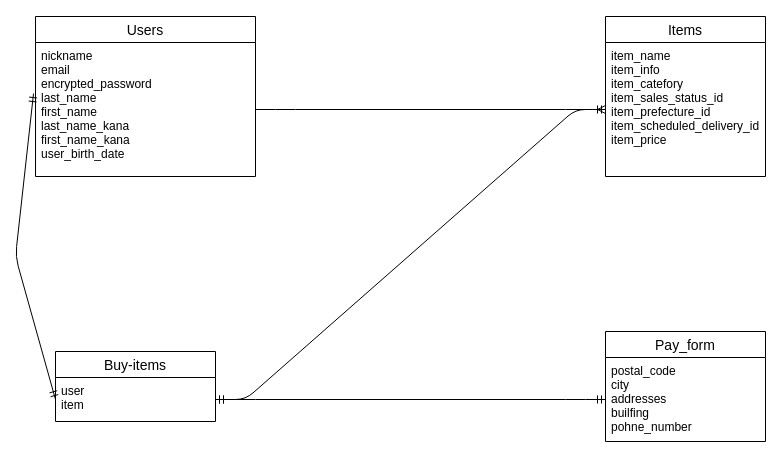
Koba0822/furima-37893 keeps this draw.io diagram as test.dio. Above is the earlier version. Source tidied: cells renumbered, new cells numbered last; positions are measured from the earlier drawing's top-left corner, leaving out a move shared by most shapes. Both pictures are drawn from the tidied source at 100%, with x=0, y=0 at pixel (15, 16).
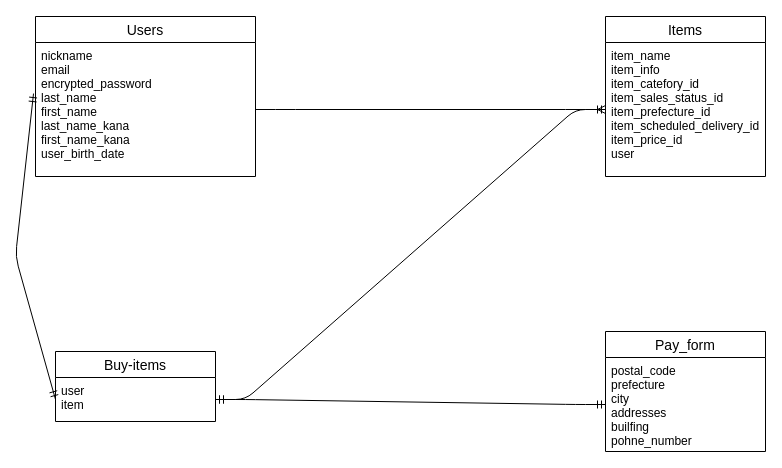
Above is the later version.

Change to the diagram source:
```diff
@@
 <mxGraphModel>
   <root>
     <mxCell id="0" />
     <mxCell id="1" parent="0" />
     <mxCell id="2" value="Items" style="swimlane;fontStyle=0;horizontal=1;startSize=26;align=center;fontSize=14;" parent="1" vertex="1">
       <mxGeometry x="590" width="160" height="160" as="geometry" />
     </mxCell>
     <mxCell id="3" value="Users" style="swimlane;fontStyle=0;horizontal=1;startSize=26;align=center;fontSize=14;" parent="1" vertex="1">
       <mxGeometry x="20" width="220" height="160" as="geometry" />
     </mxCell>
     <mxCell id="4" value="nickname&#10;email&#10;encrypted_password&#10;last_name&#10;first_name&#10;last_name_kana&#10;first_name_kana&#10;user_birth_date" style="text;strokeColor=none;fillColor=none;spacingLeft=4;spacingRight=4;overflow=hidden;points=[[0,0.5],[1,0.5]];portConstraint=eastwest;fontSize=12;" parent="3" vertex="1">
       <mxGeometry y="26" width="220" height="134" as="geometry" />
     </mxCell>
     <mxCell id="5" value="Buy-items" style="swimlane;fontStyle=0;horizontal=1;startSize=26;align=center;fontSize=14;" parent="1" vertex="1">
       <mxGeometry x="40" y="335" width="160" height="70" as="geometry" />
     </mxCell>
     <mxCell id="6" value="user&#10;item" style="text;strokeColor=none;fillColor=none;spacingLeft=4;spacingRight=4;overflow=hidden;points=[[0,0.5],[1,0.5]];portConstraint=eastwest;fontSize=12;" parent="5" vertex="1">
       <mxGeometry y="26" width="160" height="44" as="geometry" />
     </mxCell>
     <mxCell id="7" style="edgeStyle=entityRelationEdgeStyle;fontSize=12;html=1;endArrow=ERmany;exitX=1;exitY=0.5;exitDx=0;exitDy=0;entryX=0;entryY=0.5;entryDx=0;entryDy=0;" parent="1" edge="1" source="4" target="13">
       <mxGeometry relative="1" as="geometry" />
     </mxCell>
     <mxCell id="8" value="Pay_form" style="swimlane;fontStyle=0;horizontal=1;startSize=26;align=center;fontSize=14;" parent="1" vertex="1">
-      <mxGeometry x="590" y="315" width="160" height="110" as="geometry" />
+      <mxGeometry x="590" y="315" width="160" height="120" as="geometry" />
     </mxCell>
-    <mxCell id="9" value="postal_code&#10;city&#10;addresses&#10;builfing&#10;pohne_number" style="text;strokeColor=none;fillColor=none;spacingLeft=4;spacingRight=4;overflow=hidden;points=[[0,0.5],[1,0.5]];portConstraint=eastwest;fontSize=12;" parent="8" vertex="1">
-      <mxGeometry y="26" width="160" height="84" as="geometry" />
+    <mxCell id="9" value="postal_code&#10;prefecture&#10;city&#10;addresses&#10;builfing&#10;pohne_number" style="text;strokeColor=none;fillColor=none;spacingLeft=4;spacingRight=4;overflow=hidden;points=[[0,0.5],[1,0.5]];portConstraint=eastwest;fontSize=12;" parent="8" vertex="1">
+      <mxGeometry y="26" width="160" height="94" as="geometry" />
     </mxCell>
     <mxCell id="10" style="edgeStyle=entityRelationEdgeStyle;fontSize=12;html=1;endArrow=ERmandOne;startArrow=ERmandOne;entryX=0;entryY=0.5;entryDx=0;entryDy=0;" parent="1" edge="1" source="6" target="9">
       <mxGeometry relative="1" as="geometry" />
     </mxCell>
     <mxCell id="11" style="edgeStyle=entityRelationEdgeStyle;fontSize=12;html=1;endArrow=ERmandOne;startArrow=ERmandOne;entryX=0;entryY=0.5;entryDx=0;entryDy=0;exitX=1;exitY=0.5;exitDx=0;exitDy=0;" parent="1" edge="1" source="6" target="13">
       <mxGeometry relative="1" as="geometry" />
     </mxCell>
     <mxCell id="12" style="fontSize=12;html=1;endArrow=ERmandOne;startArrow=ERmandOne;entryX=0;entryY=0.5;entryDx=0;entryDy=0;exitX=-0.009;exitY=0.381;exitDx=0;exitDy=0;exitPerimeter=0;" parent="1" edge="1" source="4" target="6">
       <mxGeometry relative="1" as="geometry">
         <Array as="points">
           <mxPoint y="240" />
         </Array>
       </mxGeometry>
     </mxCell>
-    <mxCell id="13" value="item_name&#10;item_info&#10;item_catefory&#10;item_sales_status_id&#10;item_prefecture_id&#10;item_scheduled_delivery_id&#10;item_price&#10;" style="text;strokeColor=none;fillColor=none;spacingLeft=4;spacingRight=4;overflow=hidden;points=[[0,0.5],[1,0.5]];portConstraint=eastwest;fontSize=12;" parent="1" vertex="1">
+    <mxCell id="13" value="item_name&#10;item_info&#10;item_catefory_id&#10;item_sales_status_id&#10;item_prefecture_id&#10;item_scheduled_delivery_id&#10;item_price_id&#10;user&#10;" style="text;strokeColor=none;fillColor=none;spacingLeft=4;spacingRight=4;overflow=hidden;points=[[0,0.5],[1,0.5]];portConstraint=eastwest;fontSize=12;" parent="1" vertex="1">
       <mxGeometry x="590" y="26" width="160" height="134" as="geometry" />
     </mxCell>
   </root>
 </mxGraphModel>
```
